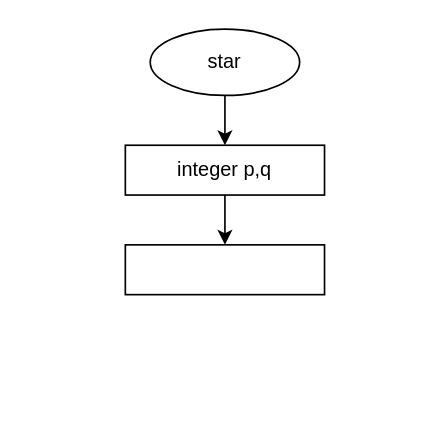
The draw.io diagram flowchart.drawio in maulliidda/Maulida-Yosi-Hamidah-Vending-Machine-MYH, before the edit. Source tidied: cells renumbered, new cells numbered last; positions are measured from the earlier drawing's top-left corner, leaving out a move shared by most shapes. Both pictures are drawn from the tidied source at 166%, with x=0, y=0 at pixel (124, 28).
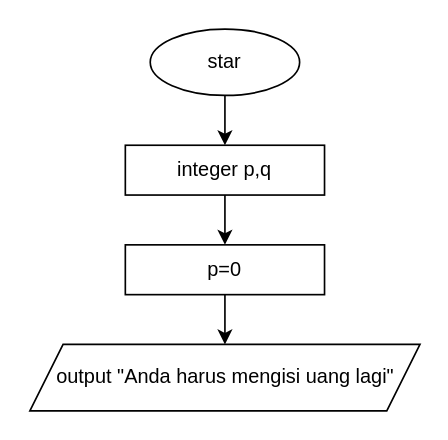
The same diagram, later.

Commit message:
Show the ouput if we add p=0

What changed in the source:
```diff
@@
 <mxGraphModel>
   <root>
     <mxCell id="0" />
     <mxCell id="1" parent="0" />
     <mxCell id="2" style="edgeStyle=none;html=1;" parent="1" edge="1" source="3" target="5">
       <mxGeometry relative="1" as="geometry" />
     </mxCell>
     <mxCell id="3" value="star" style="ellipse;whiteSpace=wrap;html=1;" parent="1" vertex="1">
       <mxGeometry x="15" width="90" height="40" as="geometry" />
     </mxCell>
     <mxCell id="4" style="edgeStyle=none;html=1;" parent="1" edge="1" source="5" target="6">
       <mxGeometry relative="1" as="geometry" />
     </mxCell>
     <mxCell id="5" value="integer p,q" style="whiteSpace=wrap;html=1;" parent="1" vertex="1">
       <mxGeometry y="70" width="120" height="30" as="geometry" />
     </mxCell>
+    <mxCell id="7" style="edgeStyle=none;html=1;" parent="1" edge="1" source="6" target="8">
+      <mxGeometry relative="1" as="geometry" />
+    </mxCell>
-    <mxCell id="6" style="whiteSpace=wrap;html=1;" parent="1" vertex="1">
+    <mxCell id="6" value="p=0" style="whiteSpace=wrap;html=1;" parent="1" vertex="1">
       <mxGeometry y="130" width="120" height="30" as="geometry" />
     </mxCell>
+    <mxCell id="8" value="output &quot;Anda harus mengisi uang lagi&quot;" style="shape=parallelogram;perimeter=parallelogramPerimeter;whiteSpace=wrap;html=1;fixedSize=1;" parent="1" vertex="1">
+      <mxGeometry x="-57.5" y="190" width="235" height="40" as="geometry" />
+    </mxCell>
   </root>
 </mxGraphModel>
```
